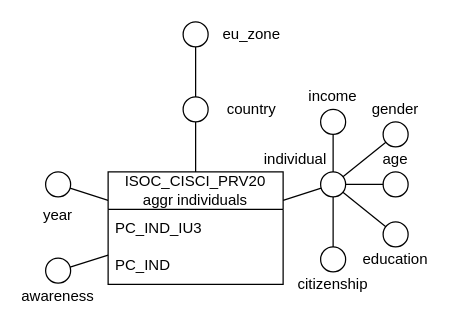
This is page "isoc_cisci_prv20" (3 of 5) of figures/dfm.drawio from amanfucci/sistemi-informativi, a draw.io file, before an edit. Source tidied: cells renumbered, new cells numbered last; positions are measured from the earlier drawing's top-left corner, leaving out a move shared by most shapes. Both pictures are drawn from the tidied source at 125%, with x=0, y=0 at pixel (39, 21).
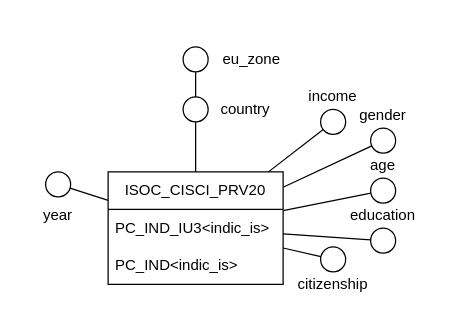
Above is the later version.

Unchanged cells that the change refers to:
```xml
<mxCell id="29" style="ellipse;whiteSpace=wrap;html=1;" parent="1" vertex="1">
  <mxGeometry x="225" y="70" width="20" height="20" as="geometry" />
</mxCell>
<mxCell id="31" style="ellipse;whiteSpace=wrap;html=1;" parent="1" vertex="1">
  <mxGeometry x="225" y="180" width="20" height="20" as="geometry" />
</mxCell>
```

What changed in the source:
```diff
@@
-    <mxCell id="4" value="ISOC_CISCI_PRV20&lt;div&gt;aggr individuals&lt;/div&gt;" style="swimlane;fontStyle=0;horizontal=1;startSize=30;whiteSpace=wrap;html=1;" parent="1" vertex="1">
+    <mxCell id="4" value="ISOC_CISCI_PRV20" style="swimlane;fontStyle=0;horizontal=1;startSize=30;whiteSpace=wrap;html=1;" parent="1" vertex="1">
       <mxGeometry x="55" y="120" width="140" height="90" as="geometry" />
     </mxCell>
-    <mxCell id="5" value="PC_IND_IU3" style="text;strokeColor=none;fillColor=none;align=left;verticalAlign=middle;spacingLeft=4;spacingRight=4;overflow=hidden;whiteSpace=wrap;html=1;" parent="4" vertex="1">
+    <mxCell id="5" value="PC_IND_IU3&amp;lt;indic_is&amp;gt;" style="text;strokeColor=none;fillColor=none;align=left;verticalAlign=middle;spacingLeft=4;spacingRight=4;overflow=hidden;whiteSpace=wrap;html=1;" parent="4" vertex="1">
       <mxGeometry y="30" width="140" height="30" as="geometry" />
     </mxCell>
-    <mxCell id="6" value="PC_IND" style="text;strokeColor=none;fillColor=none;align=left;verticalAlign=middle;spacingLeft=4;spacingRight=4;overflow=hidden;whiteSpace=wrap;html=1;" parent="4" vertex="1">
+    <mxCell id="6" value="PC_IND&amp;lt;indic_is&amp;gt;" style="text;strokeColor=none;fillColor=none;align=left;verticalAlign=middle;spacingLeft=4;spacingRight=4;overflow=hidden;whiteSpace=wrap;html=1;" parent="4" vertex="1">
       <mxGeometry y="60" width="140" height="30" as="geometry" />
     </mxCell>
@@
-    <mxCell id="8" style="ellipse;whiteSpace=wrap;html=1;" parent="1" vertex="1">
-      <mxGeometry x="225" y="120" width="20" height="20" as="geometry" />
-    </mxCell>
@@
-    <mxCell id="11" style="endArrow=none;html=1;rounded=0;" parent="1" edge="1" source="4" target="8">
-      <mxGeometry relative="1" as="geometry" />
-    </mxCell>
-    <mxCell id="12" value="individual" style="text;html=1;whiteSpace=wrap;strokeColor=none;fillColor=none;align=center;verticalAlign=middle;rounded=0;" parent="1" vertex="1">
-      <mxGeometry x="190" y="100" width="30" height="20" as="geometry" />
-    </mxCell>
     <mxCell id="13" value="country" style="text;html=1;whiteSpace=wrap;strokeColor=none;fillColor=none;align=center;verticalAlign=middle;rounded=0;" parent="1" vertex="1">
-      <mxGeometry x="155" y="60" width="30" height="20" as="geometry" />
+      <mxGeometry x="150" y="60" width="30" height="20" as="geometry" />
     </mxCell>
     <mxCell id="14" style="ellipse;whiteSpace=wrap;html=1;" parent="1" vertex="1">
-      <mxGeometry x="115" width="20" height="20" as="geometry" />
+      <mxGeometry x="115" y="20" width="20" height="20" as="geometry" />
     </mxCell>
     <mxCell id="15" value="eu_zone" style="text;html=1;whiteSpace=wrap;strokeColor=none;fillColor=none;align=center;verticalAlign=middle;rounded=0;" parent="1" vertex="1">
-      <mxGeometry x="155" width="30" height="20" as="geometry" />
+      <mxGeometry x="155" y="20" width="30" height="20" as="geometry" />
     </mxCell>
@@
-    <mxCell id="17" style="ellipse;whiteSpace=wrap;html=1;" parent="1" vertex="1">
-      <mxGeometry x="5" y="189" width="20" height="20" as="geometry" />
-    </mxCell>
-    <mxCell id="18" value="awareness" style="text;html=1;whiteSpace=wrap;strokeColor=none;fillColor=none;align=center;verticalAlign=middle;rounded=0;" parent="1" vertex="1">
-      <mxGeometry y="210" width="30" height="20" as="geometry" />
-    </mxCell>
-    <mxCell id="19" style="endArrow=none;html=1;rounded=0;" parent="1" edge="1" source="17" target="4">
-      <mxGeometry relative="1" as="geometry" />
-    </mxCell>
     <mxCell id="20" style="ellipse;whiteSpace=wrap;html=1;" parent="1" vertex="1">
-      <mxGeometry x="275" y="80" width="20" height="20" as="geometry" />
+      <mxGeometry x="265" y="85" width="20" height="20" as="geometry" />
     </mxCell>
     <mxCell id="21" style="ellipse;whiteSpace=wrap;html=1;" parent="1" vertex="1">
-      <mxGeometry x="275" y="120" width="20" height="20" as="geometry" />
+      <mxGeometry x="265" y="125" width="20" height="20" as="geometry" />
     </mxCell>
     <mxCell id="22" style="ellipse;whiteSpace=wrap;html=1;" parent="1" vertex="1">
-      <mxGeometry x="275" y="160" width="20" height="20" as="geometry" />
+      <mxGeometry x="265" y="165" width="20" height="20" as="geometry" />
     </mxCell>
-    <mxCell id="23" style="endArrow=none;html=1;rounded=0;" parent="1" edge="1" source="8" target="20">
+    <mxCell id="23" style="endArrow=none;html=1;rounded=0;" parent="1" edge="1" source="4" target="20">
       <mxGeometry relative="1" as="geometry" />
     </mxCell>
-    <mxCell id="24" style="endArrow=none;html=1;rounded=0;" parent="1" edge="1" source="8" target="21">
+    <mxCell id="24" style="endArrow=none;html=1;rounded=0;" parent="1" edge="1" source="4" target="21">
       <mxGeometry relative="1" as="geometry" />
     </mxCell>
-    <mxCell id="25" style="endArrow=none;html=1;rounded=0;" parent="1" edge="1" source="22" target="8">
+    <mxCell id="25" style="endArrow=none;html=1;rounded=0;" parent="1" edge="1" source="22" target="4">
       <mxGeometry relative="1" as="geometry" />
     </mxCell>
     <mxCell id="26" value="gender" style="text;html=1;whiteSpace=wrap;strokeColor=none;fillColor=none;align=center;verticalAlign=middle;rounded=0;" parent="1" vertex="1">
-      <mxGeometry x="270" y="60" width="30" height="20" as="geometry" />
+      <mxGeometry x="260" y="65" width="30" height="20" as="geometry" />
     </mxCell>
     <mxCell id="27" value="age" style="text;html=1;whiteSpace=wrap;strokeColor=none;fillColor=none;align=center;verticalAlign=middle;rounded=0;" parent="1" vertex="1">
-      <mxGeometry x="270" y="100" width="30" height="20" as="geometry" />
+      <mxGeometry x="260" y="105" width="30" height="20" as="geometry" />
     </mxCell>
     <mxCell id="28" value="education" style="text;html=1;whiteSpace=wrap;strokeColor=none;fillColor=none;align=center;verticalAlign=middle;rounded=0;" parent="1" vertex="1">
-      <mxGeometry x="270" y="180" width="30" height="20" as="geometry" />
+      <mxGeometry x="260" y="145" width="30" height="20" as="geometry" />
     </mxCell>
@@
-    <mxCell id="33" style="endArrow=none;html=1;rounded=0;" parent="1" edge="1" source="8" target="29">
+    <mxCell id="33" style="endArrow=none;html=1;rounded=0;" parent="1" edge="1" source="4" target="29">
       <mxGeometry relative="1" as="geometry" />
     </mxCell>
-    <mxCell id="34" style="endArrow=none;html=1;rounded=0;" parent="1" edge="1" source="31" target="8">
+    <mxCell id="34" style="endArrow=none;html=1;rounded=0;" parent="1" edge="1" source="31" target="4">
       <mxGeometry relative="1" as="geometry" />
     </mxCell>
```
